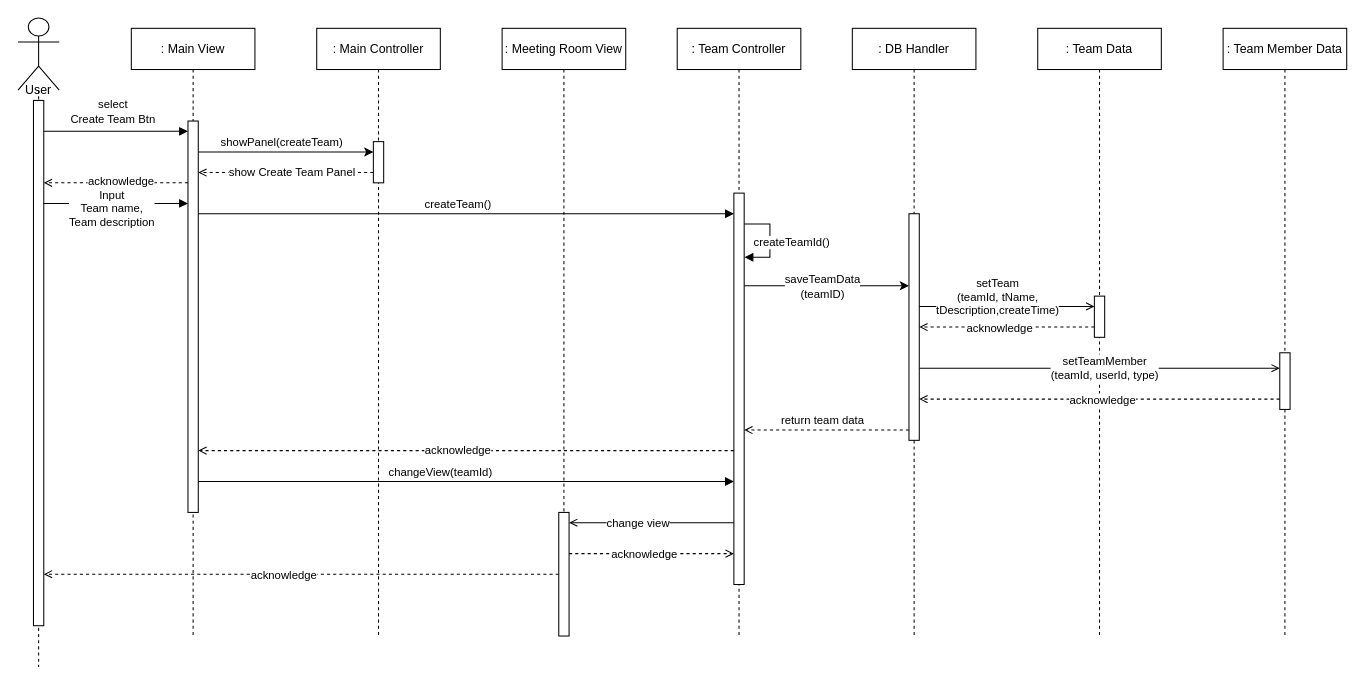
The draw.io diagram SD4.drawio in ONFFLine/Diagram, before the edit. Source tidied: cells renumbered, new cells numbered last; positions are measured from the earlier drawing's top-left corner, leaving out a move shared by most shapes. Both pictures are drawn from the tidied source at 103%, with x=0, y=0 at pixel (18, 18).
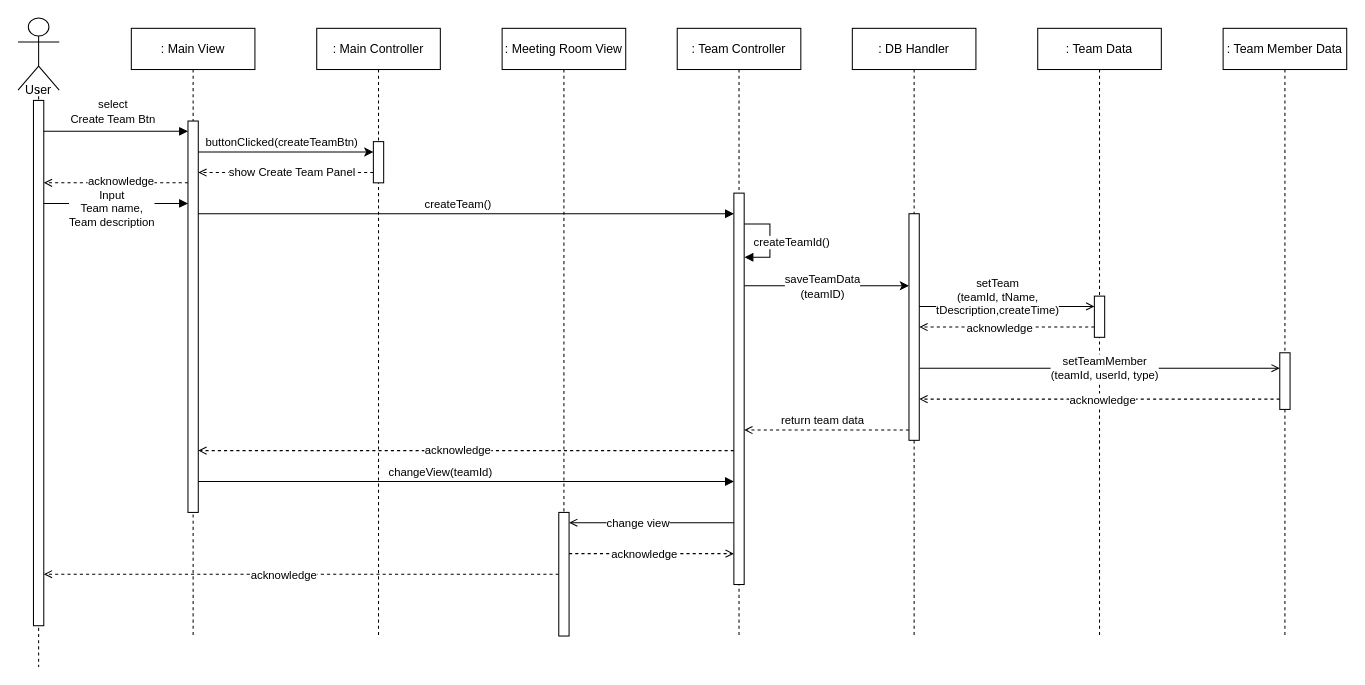
After the change.

The change refers to these unchanged cells:
```xml
<mxCell id="42" style="edgeStyle=orthogonalEdgeStyle;rounded=0;jettySize=auto;html=1;" parent="1" edge="1" source="27" target="41">
  <mxGeometry relative="1" as="geometry">
    <Array as="points">
      <mxPoint x="290" y="130" />
      <mxPoint x="290" y="130" />
    </Array>
  </mxGeometry>
</mxCell>
```

The edit, as a diff of the source:
```diff
@@
-    <mxCell id="43" value="showPanel(createTeam)" style="edgeLabel;html=1;align=center;verticalAlign=middle;" parent="42" vertex="1">
+    <mxCell id="43" value="buttonClicked(createTeamBtn)" style="edgeLabel;html=1;align=center;verticalAlign=middle;" parent="42" vertex="1">
       <mxGeometry x="-0.14" y="2" relative="1" as="geometry">
         <mxPoint x="7" y="-8" as="offset" />
       </mxGeometry>
     </mxCell>
```
